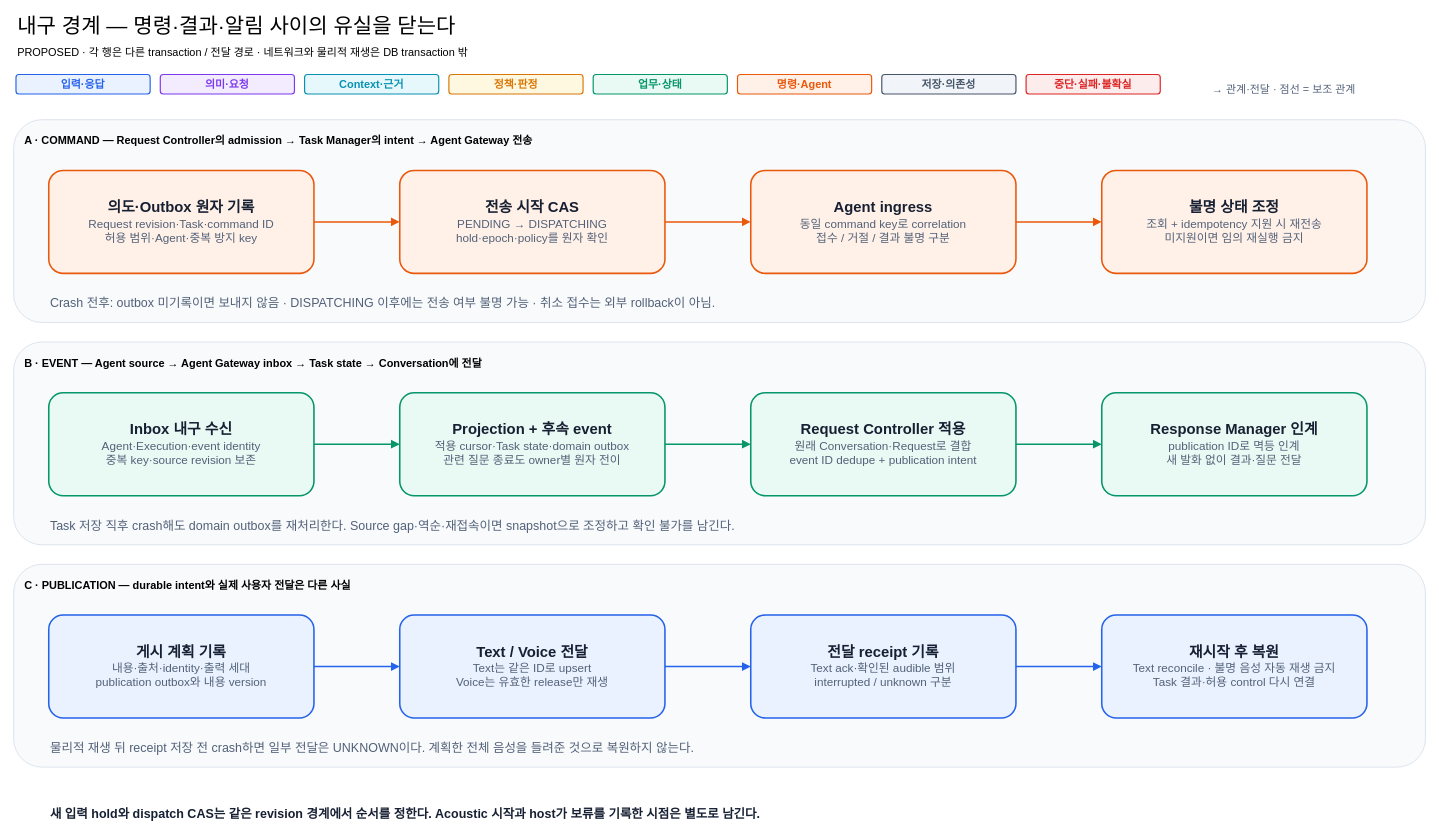
cbyche/via-sw-architecture keeps this draw.io diagram as docs/architecture/12-decisions/target-architecture/diagrams/05-dispatch-and-recovery.drawio. Above is the earlier version. Source tidied: cells renumbered, new cells numbered last; positions are measured from the earlier drawing's top-left corner, leaving out a move shared by most shapes. Both pictures are drawn from the tidied source at 78%, with x=0, y=0 at pixel (13, 14).
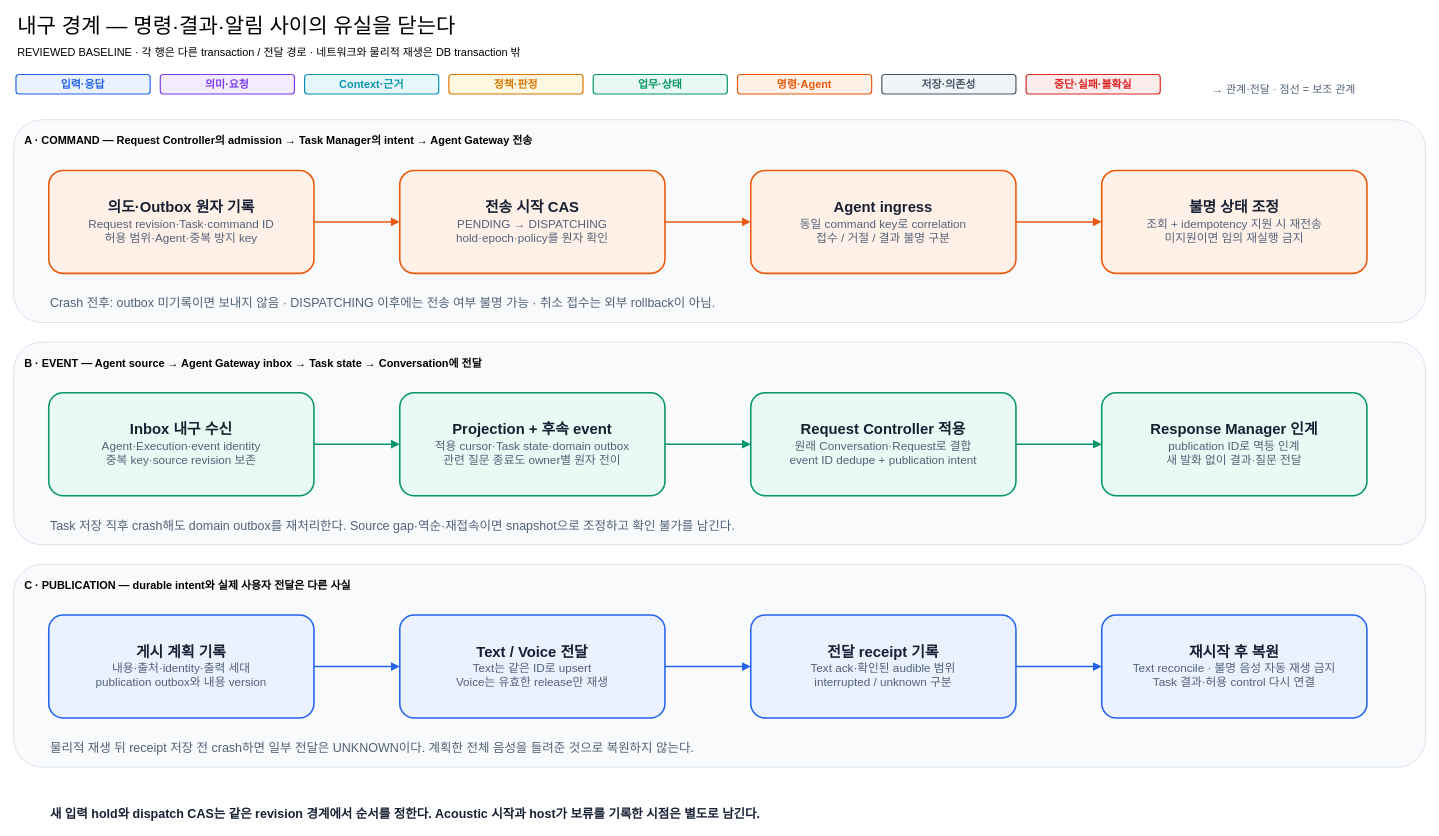
Above is the later version.

What changed in the source:
```diff
@@
-    <mxCell id="40" value="PROPOSED · 각 행은 다른 transaction / 전달 경로 · 네트워크와 물리적 재생은 DB transaction 밖" style="text;html=1;align=left;verticalAlign=middle;strokeColor=none;fillColor=none;fontSize=14;" parent="1" vertex="1">
+    <mxCell id="40" value="REVIEWED BASELINE · 각 행은 다른 transaction / 전달 경로 · 네트워크와 물리적 재생은 DB transaction 밖" style="text;html=1;align=left;verticalAlign=middle;strokeColor=none;fillColor=none;fontSize=14;" parent="1" vertex="1">
       <mxGeometry x="3" y="34" width="1804" height="30" as="geometry" />
     </mxCell>
```
